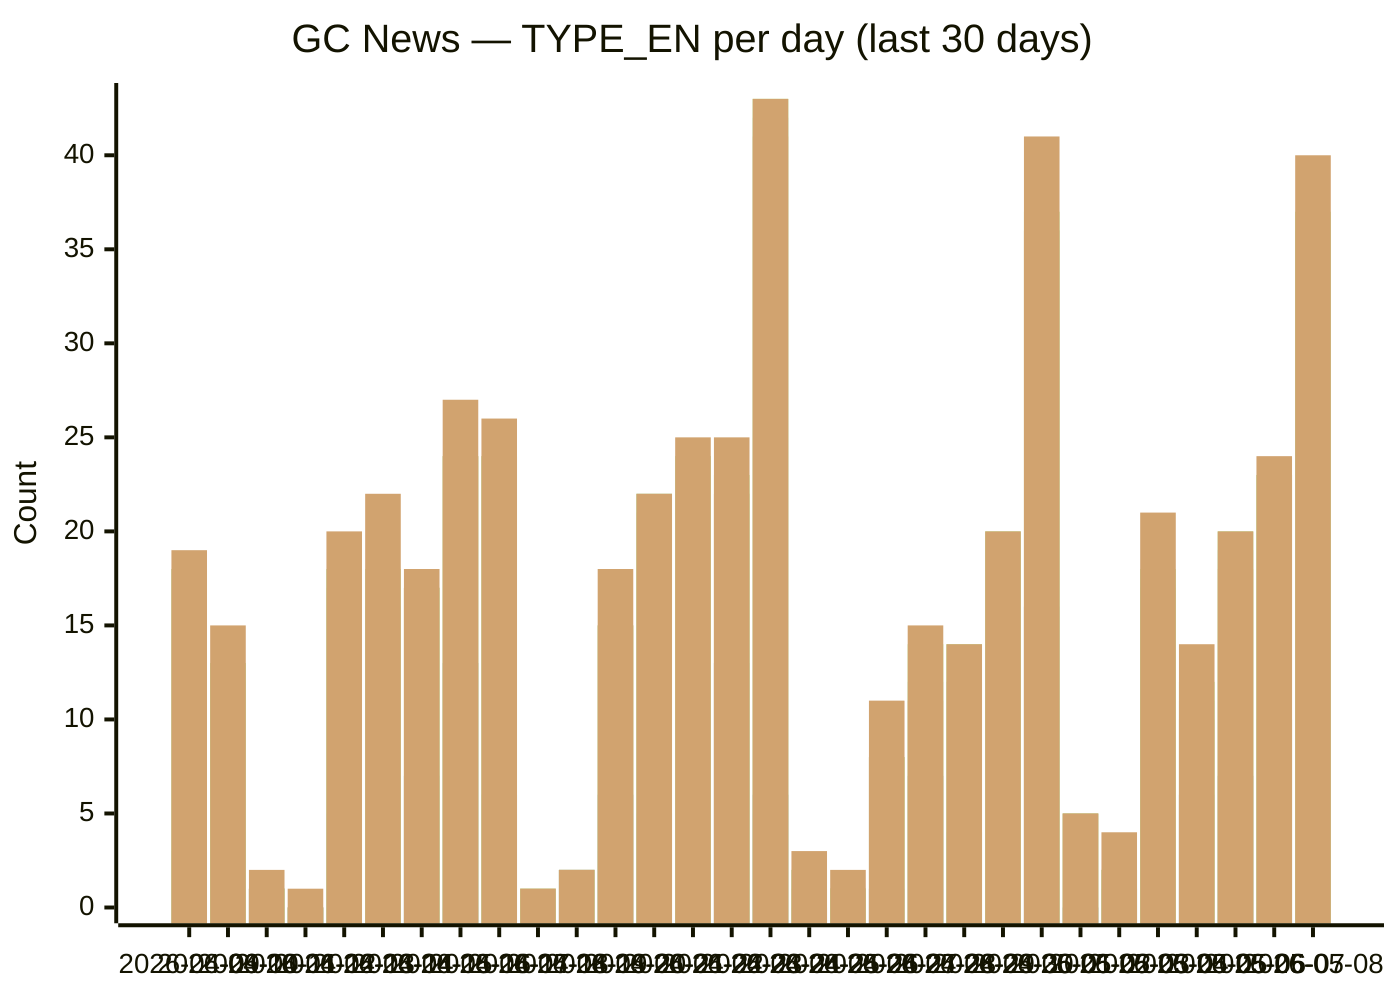
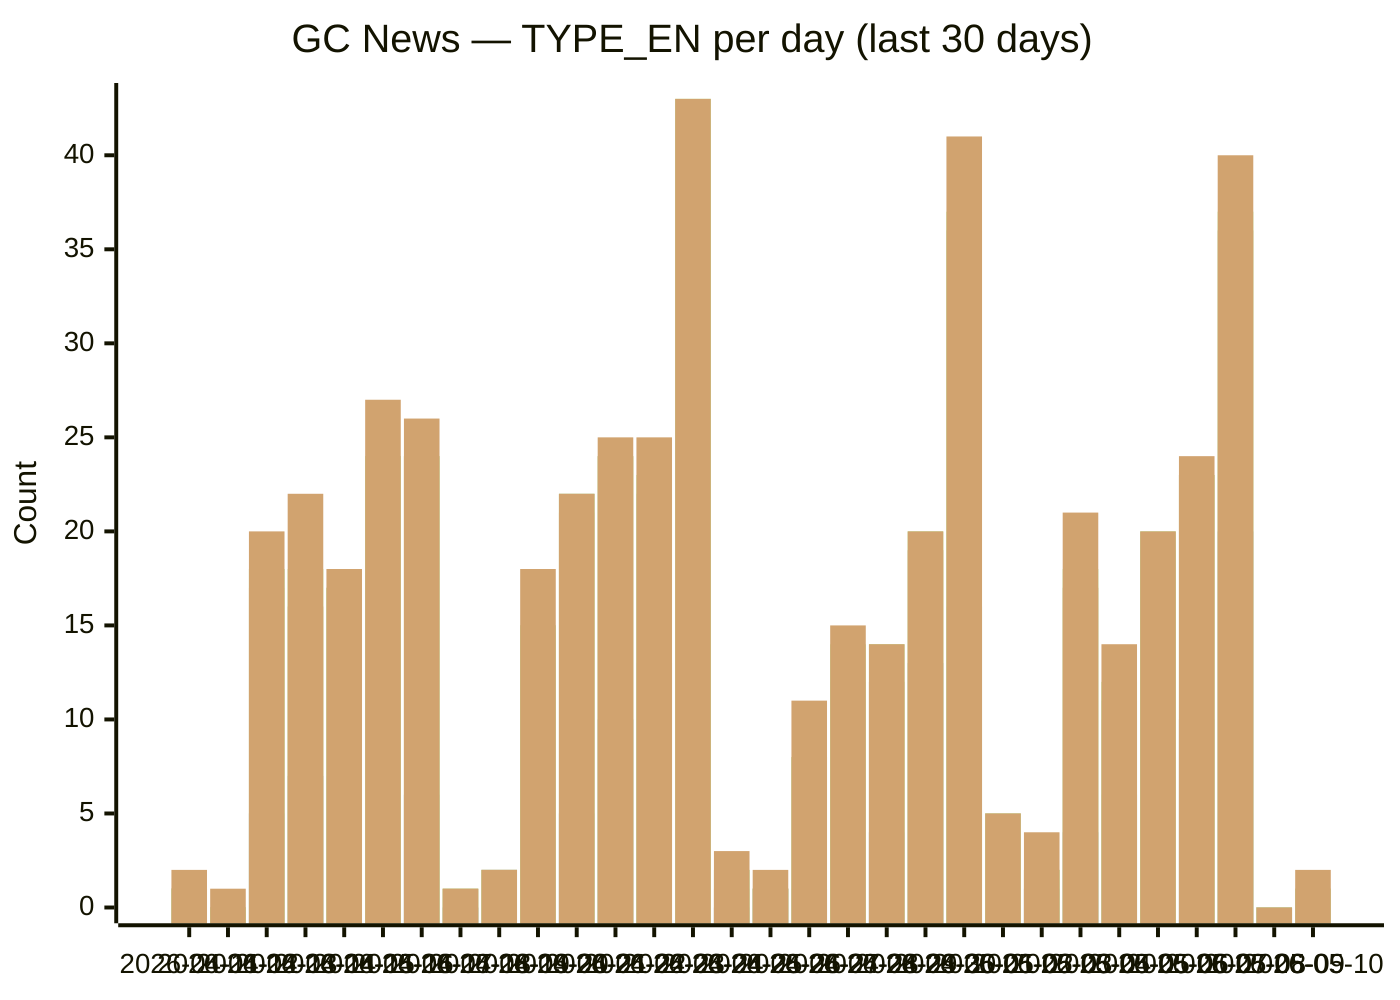
xychart-beta
  title "GC News — TYPE_EN per day (last 30 days)"
-   x-axis [2026-04-09, 2026-04-10, 2026-04-11, 2026-04-12, 2026-04-13, 2026-04-14, 2026-04-15, 2026-04-16, 2026-04-17, 2026-04-18, 2026-04-19, 2026-04-20, 2026-04-21, 2026-04-22, 2026-04-23, 2026-04-24, 2026-04-25, 2026-04-26, 2026-04-27, 2026-04-28, 2026-04-29, 2026-04-30, 2026-05-01, 2026-05-02, 2026-05-03, 2026-05-04, 2026-05-05, 2026-05-06, 2026-05-07, 2026-05-08]
+   x-axis [2026-04-11, 2026-04-12, 2026-04-13, 2026-04-14, 2026-04-15, 2026-04-16, 2026-04-17, 2026-04-18, 2026-04-19, 2026-04-20, 2026-04-21, 2026-04-22, 2026-04-23, 2026-04-24, 2026-04-25, 2026-04-26, 2026-04-27, 2026-04-28, 2026-04-29, 2026-04-30, 2026-05-01, 2026-05-02, 2026-05-03, 2026-05-04, 2026-05-05, 2026-05-06, 2026-05-07, 2026-05-08, 2026-05-09, 2026-05-10]
  y-axis "Count" 0 --> 43
-   bar backgrounders [1, 0, 0, 0, 3, 2, 1, 0, 3, 0, 0, 3, 1, 2, 1, 5, 0, 0, 1, 1, 0, 1, 1, 0, 0, 2, 1, 2, 0, 5]
-   bar "media advisories" [3, 4, 1, 0, 5, 7, 7, 13, 6, 0, 2, 6, 5, 10, 13, 6, 0, 1, 1, 7, 4, 13, 16, 0, 1, 4, 6, 7, 10, 20]
-   bar "news releases" [18, 12, 1, 0, 17, 16, 17, 24, 24, 1, 2, 15, 21, 24, 22, 41, 1, 1, 8, 11, 12, 19, 36, 5, 2, 17, 10, 18, 23, 36]
-   bar readouts [18, 13, 1, 0, 18, 16, 17, 24, 24, 1, 2, 15, 22, 24, 22, 42, 2, 1, 8, 12, 12, 19, 36, 5, 2, 17, 11, 19, 23, 36]
-   bar speeches [18, 13, 1, 0, 18, 18, 17, 24, 24, 1, 2, 15, 22, 24, 23, 43, 2, 1, 8, 14, 14, 20, 37, 5, 2, 18, 12, 20, 23, 37]
-   bar statements [19, 15, 2, 1, 20, 22, 18, 27, 26, 1, 2, 18, 22, 25, 25, 43, 3, 2, 11, 15, 14, 20, 41, 5, 4, 21, 14, 20, 24, 40]
+   bar backgrounders [0, 0, 3, 2, 1, 0, 3, 0, 0, 3, 1, 2, 1, 5, 0, 0, 1, 1, 0, 1, 1, 0, 0, 2, 1, 2, 0, 5, 0, 0]
+   bar "media advisories" [1, 0, 5, 7, 7, 13, 6, 0, 2, 6, 5, 10, 13, 6, 0, 1, 1, 7, 4, 13, 16, 0, 1, 4, 6, 7, 10, 20, 0, 0]
+   bar "news releases" [1, 0, 17, 16, 17, 24, 24, 1, 2, 15, 21, 24, 22, 41, 1, 1, 8, 11, 12, 19, 36, 5, 2, 17, 10, 18, 23, 36, 0, 1]
+   bar readouts [1, 0, 18, 16, 17, 24, 24, 1, 2, 15, 22, 24, 22, 42, 2, 1, 8, 12, 12, 19, 36, 5, 2, 17, 11, 19, 23, 36, 0, 1]
+   bar speeches [1, 0, 18, 18, 17, 24, 24, 1, 2, 15, 22, 24, 23, 43, 2, 1, 8, 14, 14, 20, 37, 5, 2, 18, 12, 20, 23, 37, 0, 1]
+   bar statements [2, 1, 20, 22, 18, 27, 26, 1, 2, 18, 22, 25, 25, 43, 3, 2, 11, 15, 14, 20, 41, 5, 4, 21, 14, 20, 24, 40, 0, 2]
